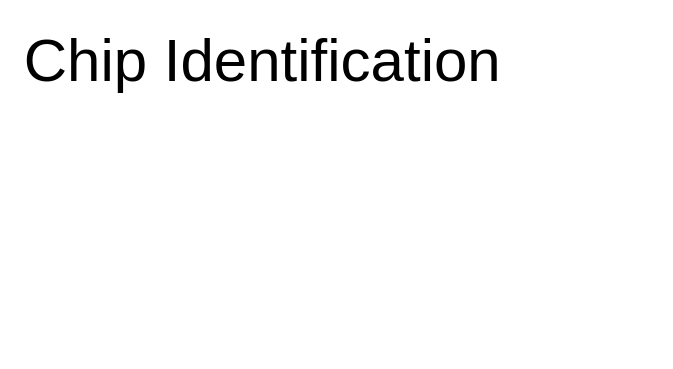
Above: page "Chip Identification" (4 of 6) of diagrams/Version 1.drawio in lynnlo/polaris (draw.io), before the change. Source tidied: cells renumbered, new cells numbered last; positions are measured from the earlier drawing's top-left corner, leaving out a move shared by most shapes. Both pictures are drawn from the tidied source at 125%, with x=0, y=0 at pixel (21, 20).
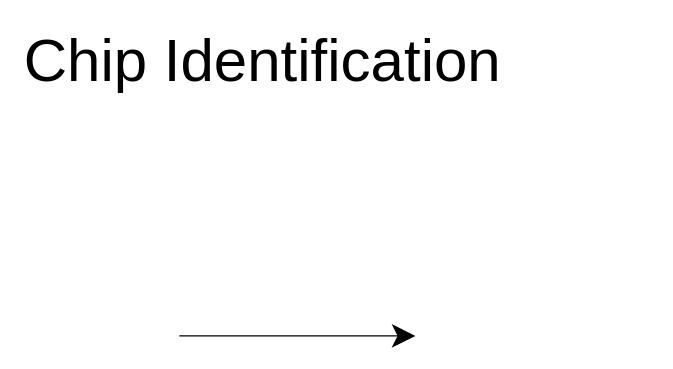
The same diagram, later.

Diff of the diagram source:
```diff
@@
 <mxGraphModel>
   <root>
     <mxCell id="0" />
     <mxCell id="1" parent="0" />
     <mxCell id="2" value="Chip Identification" style="text;html=1;whiteSpace=wrap;strokeColor=none;fillColor=none;align=left;verticalAlign=middle;rounded=0;fontFamily=Rubik;fontSize=48;fontColor=default;labelBackgroundColor=default;curved=0;" parent="1" vertex="1">
       <mxGeometry y="0.2" width="503.9" height="63" as="geometry" />
     </mxCell>
+    <mxCell id="3" style="endArrow=classic;startArrow=none;html=1;rounded=0;strokeColor=default;align=center;verticalAlign=middle;fontFamily=Helvetica;fontSize=12;fontColor=default;labelBackgroundColor=default;startSize=8;endSize=15.873984;curved=1;startFill=0;" parent="1" edge="1">
+      <mxGeometry relative="1" as="geometry">
+        <mxPoint x="126" y="252.2" as="sourcePoint" />
+        <mxPoint x="314.9" y="252.2" as="targetPoint" />
+      </mxGeometry>
+    </mxCell>
   </root>
 </mxGraphModel>
```
